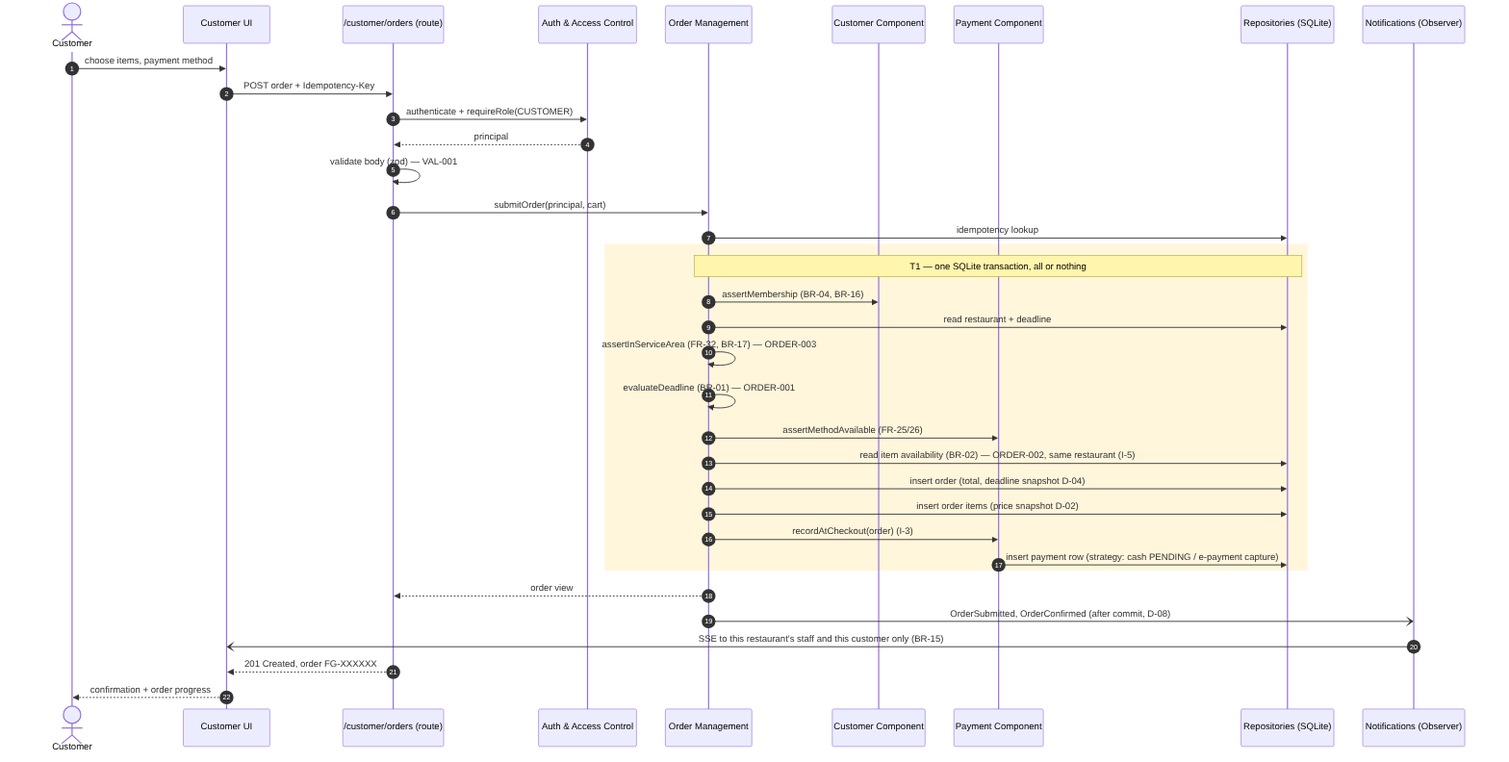
This is docs/uml/sequence-uc01-place-order.png from HamzaBL04/FoodGO, a Mermaid export, as it was before one commit. Its source is kept beside it as docs/uml/sequence-uc01-place-order.mmd.
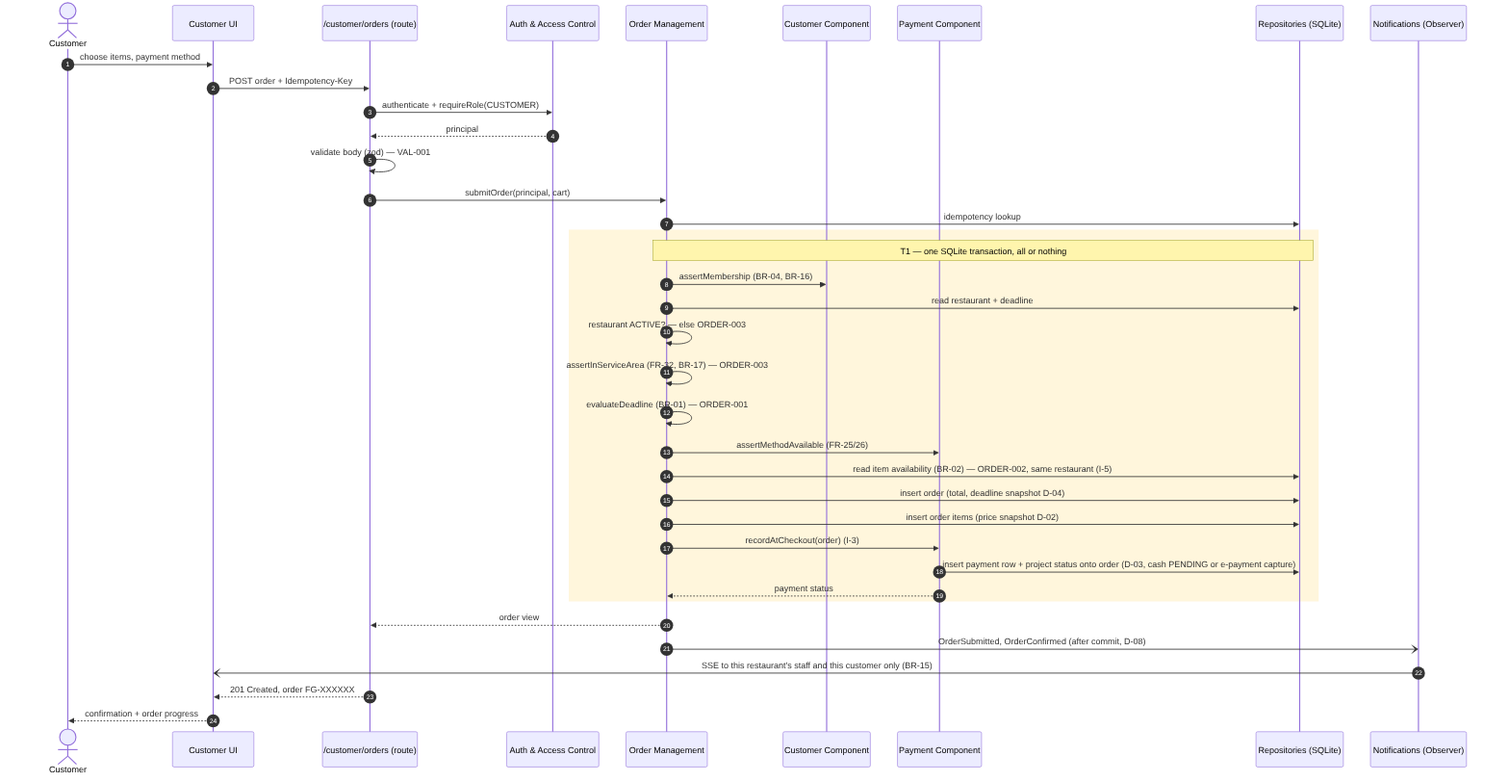
The same file after the commit.

What changed in the source:
```diff
@@ -21,6 +21,7 @@
     note over OM,DB: T1 — one SQLite transaction, all or nothing
     OM->>CC: assertMembership (BR-04, BR-16)
     OM->>DB: read restaurant + deadline
+    OM->>OM: restaurant ACTIVE? — else ORDER-003
     OM->>OM: assertInServiceArea (FR-32, BR-17) — ORDER-003
     OM->>OM: evaluateDeadline (BR-01) — ORDER-001
     OM->>PAY: assertMethodAvailable (FR-25/26)
@@ -28,7 +29,8 @@
     OM->>DB: insert order (total, deadline snapshot D-04)
     OM->>DB: insert order items (price snapshot D-02)
     OM->>PAY: recordAtCheckout(order) (I-3)
-    PAY->>DB: insert payment row (strategy: cash PENDING / e-payment capture)
+    PAY->>DB: insert payment row + project status onto order (D-03, cash PENDING or e-payment capture)
+    PAY-->>OM: payment status
   end
   OM-->>API: order view
   OM-)EV: OrderSubmitted, OrderConfirmed (after commit, D-08)
```
